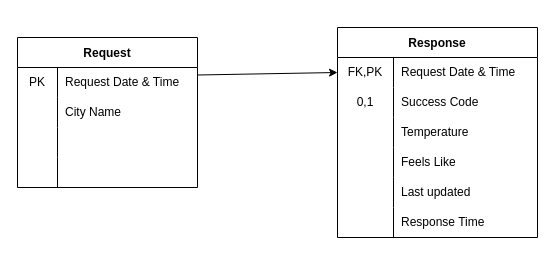
Before: HW12/weather_project/ERD.dio in HosseinTahami/HW-98, a draw.io diagram. Source tidied: cells renumbered, new cells numbered last; positions are measured from the earlier drawing's top-left corner, leaving out a move shared by most shapes. Both pictures are drawn from the tidied source at 100%, with x=0, y=0 at pixel (17, 27).
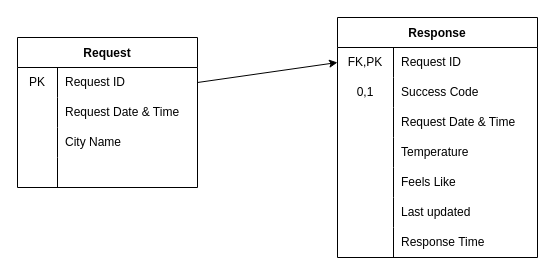
The same page after the edit.

Unchanged cells that the change refers to:
```xml
<mxCell id="3" value="Request" style="shape=table;startSize=30;childLayout=tableLayout;rowLines=0;fontStyle=1;" parent="1" vertex="1">
  <mxGeometry y="10" width="180" height="150" as="geometry" />
</mxCell>
```

Change to the diagram source:
```diff
@@
-    <mxCell id="2" style="html=1;exitX=1;exitY=0.25;exitDx=0;exitDy=0;entryX=0;entryY=0.5;entryDx=0;entryDy=0;elbow=vertical;" parent="1" edge="1" source="3" target="17">
-      <mxGeometry relative="1" as="geometry" />
-    </mxCell>
@@
+    <mxCell id="10" style="shape=tableRow;horizontal=0;startSize=0;swimlaneHead=0;swimlaneBody=0;top=0;left=0;bottom=0;right=0;fillColor=none;points=[[0,0.5],[1,0.5]];portConstraint=eastwest;" parent="3" vertex="1">
+      <mxGeometry y="30" width="180" height="30" as="geometry" />
+    </mxCell>
+    <mxCell id="11" value="PK" style="shape=partialRectangle;html=1;whiteSpace=wrap;fillColor=none;top=0;left=0;bottom=0;right=0;overflow=hidden;" parent="10" vertex="1">
+      <mxGeometry width="40" height="30" as="geometry" />
+    </mxCell>
+    <mxCell id="12" value="Request ID" style="shape=partialRectangle;html=1;whiteSpace=wrap;fillColor=none;top=0;left=0;bottom=0;right=0;align=left;spacingLeft=6;overflow=hidden;" parent="10" vertex="1">
+      <mxGeometry x="40" width="140" height="30" as="geometry" />
+    </mxCell>
     <mxCell id="4" style="shape=tableRow;horizontal=0;startSize=0;swimlaneHead=0;swimlaneBody=0;top=0;left=0;bottom=0;right=0;fillColor=none;" parent="3" vertex="1">
-      <mxGeometry y="30" width="180" height="30" as="geometry" />
+      <mxGeometry y="60" width="180" height="30" as="geometry" />
     </mxCell>
-    <mxCell id="5" value="PK" style="shape=partialRectangle;html=1;whiteSpace=wrap;fillColor=none;top=0;left=0;bottom=0;right=0;overflow=hidden;" parent="4" vertex="1">
+    <mxCell id="5" style="shape=partialRectangle;html=1;whiteSpace=wrap;fillColor=none;top=0;left=0;bottom=0;right=0;overflow=hidden;" parent="4" vertex="1">
       <mxGeometry width="40" height="30" as="geometry" />
     </mxCell>
@@
     <mxCell id="7" style="shape=tableRow;horizontal=0;startSize=0;swimlaneHead=0;swimlaneBody=0;top=0;left=0;bottom=0;right=0;fillColor=none;" parent="3" vertex="1">
-      <mxGeometry y="60" width="180" height="30" as="geometry" />
+      <mxGeometry y="90" width="180" height="30" as="geometry" />
     </mxCell>
@@
-    <mxCell id="10" style="shape=tableRow;horizontal=0;startSize=0;swimlaneHead=0;swimlaneBody=0;top=0;left=0;bottom=0;right=0;fillColor=none;points=[[0,0.5],[1,0.5]];portConstraint=eastwest;" parent="3" vertex="1">
-      <mxGeometry y="90" width="180" height="30" as="geometry" />
-    </mxCell>
-    <mxCell id="11" style="shape=partialRectangle;html=1;whiteSpace=wrap;fillColor=none;top=0;left=0;bottom=0;right=0;overflow=hidden;" parent="10" vertex="1">
-      <mxGeometry width="40" height="30" as="geometry" />
-    </mxCell>
-    <mxCell id="12" style="shape=partialRectangle;html=1;whiteSpace=wrap;fillColor=none;top=0;left=0;bottom=0;right=0;align=left;spacingLeft=6;overflow=hidden;" parent="10" vertex="1">
-      <mxGeometry x="40" width="140" height="30" as="geometry" />
-    </mxCell>
@@
     <mxCell id="16" value="Response" style="shape=table;startSize=30;childLayout=tableLayout;rowLines=0;fontStyle=1;" parent="1" vertex="1">
-      <mxGeometry x="320" width="200" height="210" as="geometry" />
+      <mxGeometry x="320" y="-10" width="200" height="240" as="geometry" />
     </mxCell>
+    <mxCell id="35" style="shape=tableRow;horizontal=0;startSize=0;swimlaneHead=0;swimlaneBody=0;top=0;left=0;bottom=0;right=0;fillColor=none;points=[[0,0.5],[1,0.5]];portConstraint=eastwest;" parent="16" vertex="1">
+      <mxGeometry y="30" width="200" height="30" as="geometry" />
+    </mxCell>
+    <mxCell id="36" value="FK,PK" style="shape=partialRectangle;html=1;whiteSpace=wrap;fillColor=none;top=0;left=0;bottom=0;right=0;overflow=hidden;" parent="35" vertex="1">
+      <mxGeometry width="56" height="30" as="geometry" />
+    </mxCell>
+    <mxCell id="37" value="Request ID" style="shape=partialRectangle;html=1;whiteSpace=wrap;fillColor=none;top=0;left=0;bottom=0;right=0;align=left;spacingLeft=6;overflow=hidden;" parent="35" vertex="1">
+      <mxGeometry x="56" width="144" height="30" as="geometry" />
+    </mxCell>
+    <mxCell id="20" style="shape=tableRow;horizontal=0;startSize=0;swimlaneHead=0;swimlaneBody=0;top=0;left=0;bottom=0;right=0;fillColor=none;" parent="16" vertex="1">
+      <mxGeometry y="60" width="200" height="30" as="geometry" />
+    </mxCell>
+    <mxCell id="21" value="0,1" style="shape=partialRectangle;html=1;whiteSpace=wrap;fillColor=none;top=0;left=0;bottom=0;right=0;overflow=hidden;" parent="20" vertex="1">
+      <mxGeometry width="56" height="30" as="geometry" />
+    </mxCell>
+    <mxCell id="22" value="Success Code" style="shape=partialRectangle;html=1;whiteSpace=wrap;fillColor=none;top=0;left=0;bottom=0;right=0;align=left;spacingLeft=6;overflow=hidden;" parent="20" vertex="1">
+      <mxGeometry x="56" width="144" height="30" as="geometry" />
+    </mxCell>
     <mxCell id="17" style="shape=tableRow;horizontal=0;startSize=0;swimlaneHead=0;swimlaneBody=0;top=0;left=0;bottom=0;right=0;fillColor=none;points=[[0,0.5],[1,0.5]];portConstraint=eastwest;" parent="16" vertex="1">
-      <mxGeometry y="30" width="200" height="30" as="geometry" />
+      <mxGeometry y="90" width="200" height="30" as="geometry" />
     </mxCell>
-    <mxCell id="18" value="FK,PK" style="shape=partialRectangle;html=1;whiteSpace=wrap;fillColor=none;top=0;left=0;bottom=0;right=0;overflow=hidden;" parent="17" vertex="1">
+    <mxCell id="18" style="shape=partialRectangle;html=1;whiteSpace=wrap;fillColor=none;top=0;left=0;bottom=0;right=0;overflow=hidden;" parent="17" vertex="1">
       <mxGeometry width="56" height="30" as="geometry" />
     </mxCell>
@@
-    <mxCell id="20" style="shape=tableRow;horizontal=0;startSize=0;swimlaneHead=0;swimlaneBody=0;top=0;left=0;bottom=0;right=0;fillColor=none;" parent="16" vertex="1">
-      <mxGeometry y="60" width="200" height="30" as="geometry" />
-    </mxCell>
-    <mxCell id="21" value="0,1" style="shape=partialRectangle;html=1;whiteSpace=wrap;fillColor=none;top=0;left=0;bottom=0;right=0;overflow=hidden;" parent="20" vertex="1">
-      <mxGeometry width="56" height="30" as="geometry" />
-    </mxCell>
-    <mxCell id="22" value="Success Code" style="shape=partialRectangle;html=1;whiteSpace=wrap;fillColor=none;top=0;left=0;bottom=0;right=0;align=left;spacingLeft=6;overflow=hidden;" parent="20" vertex="1">
-      <mxGeometry x="56" width="144" height="30" as="geometry" />
-    </mxCell>
     <mxCell id="23" style="shape=tableRow;horizontal=0;startSize=0;swimlaneHead=0;swimlaneBody=0;top=0;left=0;bottom=0;right=0;fillColor=none;" parent="16" vertex="1">
-      <mxGeometry y="90" width="200" height="30" as="geometry" />
+      <mxGeometry y="120" width="200" height="30" as="geometry" />
     </mxCell>
@@
     <mxCell id="26" style="shape=tableRow;horizontal=0;startSize=0;swimlaneHead=0;swimlaneBody=0;top=0;left=0;bottom=0;right=0;fillColor=none;" parent="16" vertex="1">
-      <mxGeometry y="120" width="200" height="30" as="geometry" />
+      <mxGeometry y="150" width="200" height="30" as="geometry" />
     </mxCell>
@@
     <mxCell id="29" style="shape=tableRow;horizontal=0;startSize=0;swimlaneHead=0;swimlaneBody=0;top=0;left=0;bottom=0;right=0;fillColor=none;" parent="16" vertex="1">
-      <mxGeometry y="150" width="200" height="30" as="geometry" />
+      <mxGeometry y="180" width="200" height="30" as="geometry" />
     </mxCell>
@@
     <mxCell id="32" style="shape=tableRow;horizontal=0;startSize=0;swimlaneHead=0;swimlaneBody=0;top=0;left=0;bottom=0;right=0;fillColor=none;" parent="16" vertex="1">
-      <mxGeometry y="180" width="200" height="30" as="geometry" />
+      <mxGeometry y="210" width="200" height="30" as="geometry" />
     </mxCell>
@@
+    <mxCell id="38" style="edgeStyle=none;html=1;exitX=1;exitY=0.5;exitDx=0;exitDy=0;entryX=0;entryY=0.5;entryDx=0;entryDy=0;" parent="1" edge="1" source="10" target="35">
+      <mxGeometry relative="1" as="geometry" />
+    </mxCell>
```
